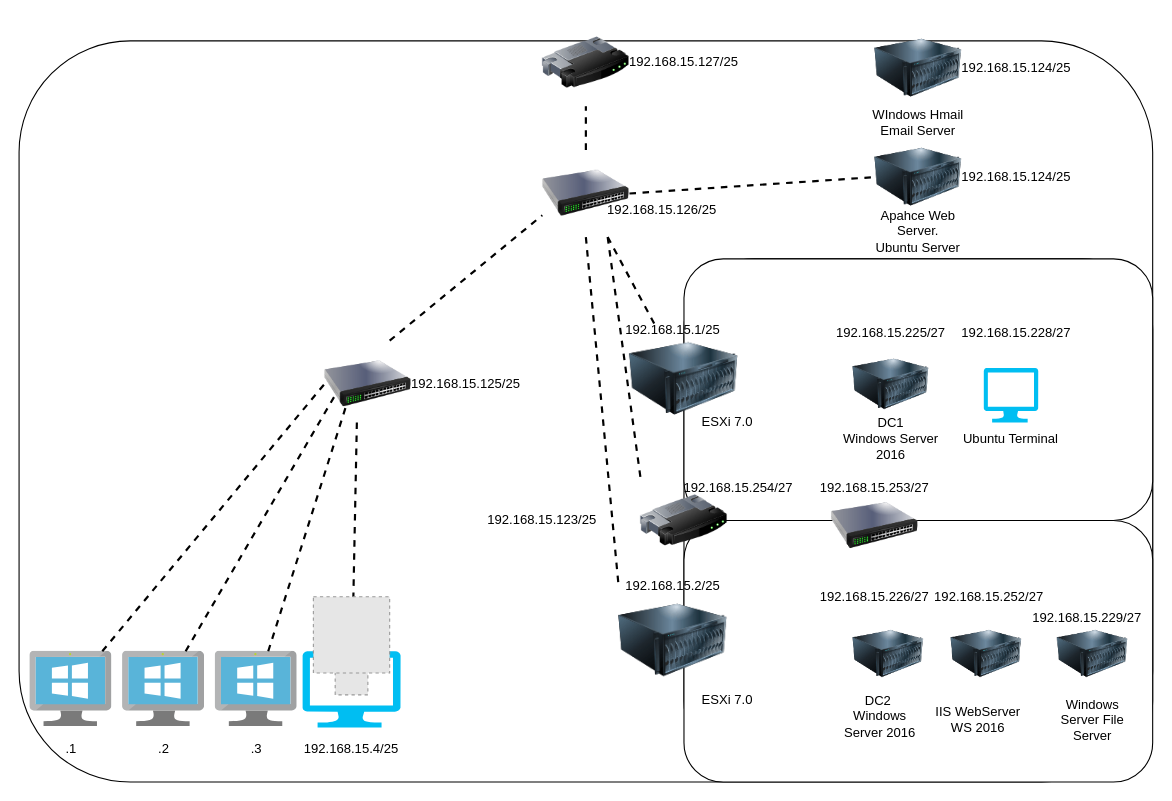
Above: Network.drawio in Coreyo-git/Network-Plan-Group2 (draw.io), before the change. Source tidied: cells renumbered, new cells numbered last; positions are measured from the earlier drawing's top-left corner, leaving out a move shared by most shapes. Both pictures are drawn from the tidied source at 109%, with x=0, y=0 at pixel (19, 19). Pictures stored in the file or linked from it are replaced by grey dashed boxes.
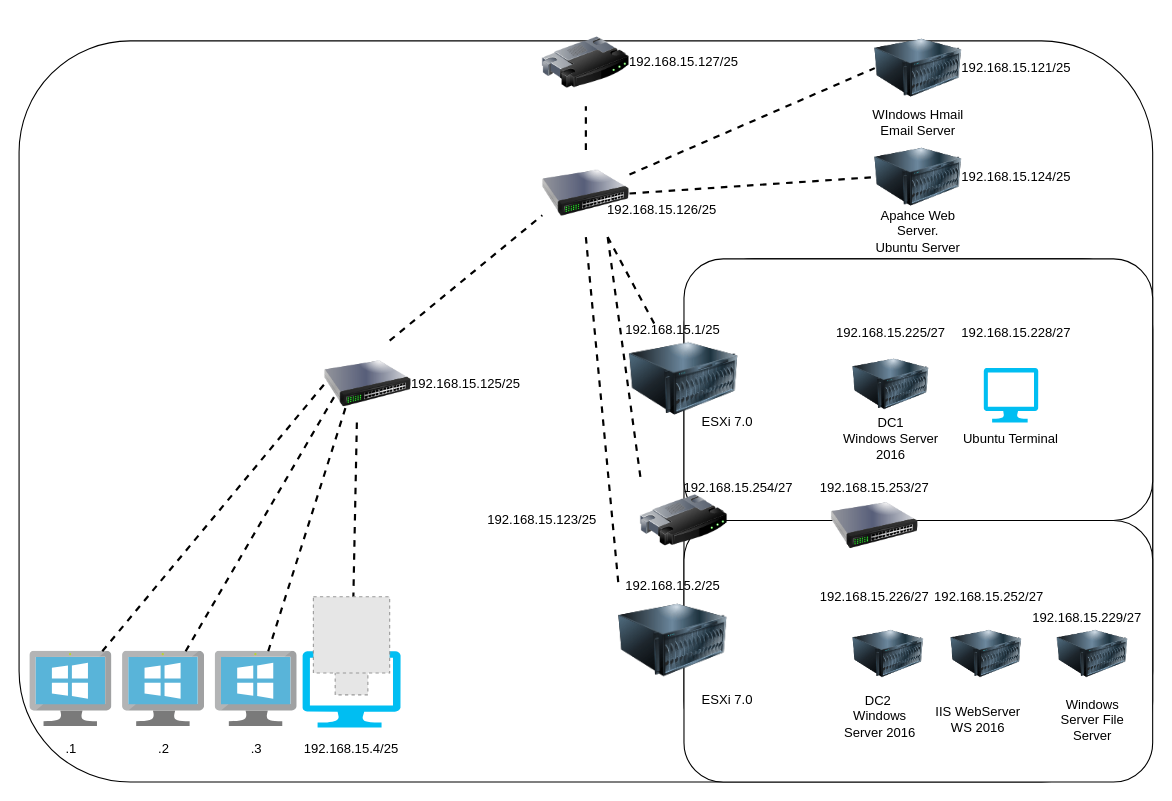
The same diagram, later.

Commit message (it also covers changes not shown here):
Updated Network Diagram to suit schema, needs to be remade

The change refers to these unchanged cells:
```xml
<mxCell id="5" style="image;html=1;image=img/lib/clip_art/networking/Switch_128x128.png;" parent="1" vertex="1">
  <mxGeometry x="480" y="120" width="80" height="80" as="geometry" />
</mxCell>
<mxCell id="61" style="image;html=1;image=img/lib/clip_art/computers/Server_128x128.png;" parent="1" vertex="1">
  <mxGeometry x="785" y="5" width="80" height="80" as="geometry" />
</mxCell>
```

Change to the diagram source:
```diff
@@
-    <mxCell id="63" value="192.168.15.124/25" style="text;html=1;strokeColor=none;fillColor=none;align=center;verticalAlign=middle;whiteSpace=wrap;rounded=0;" parent="1" vertex="1">
+    <mxCell id="63" value="192.168.15.121/25" style="text;html=1;strokeColor=none;fillColor=none;align=center;verticalAlign=middle;whiteSpace=wrap;rounded=0;" parent="1" vertex="1">
       <mxGeometry x="895" y="35" width="40" height="20" as="geometry" />
     </mxCell>
+    <mxCell id="64" style="endArrow=none;dashed=1;html=1;strokeWidth=2;entryX=0;entryY=0.5;entryDx=0;entryDy=0;" parent="1" edge="1" source="5" target="61">
+      <mxGeometry relative="1" as="geometry" />
+    </mxCell>
```
